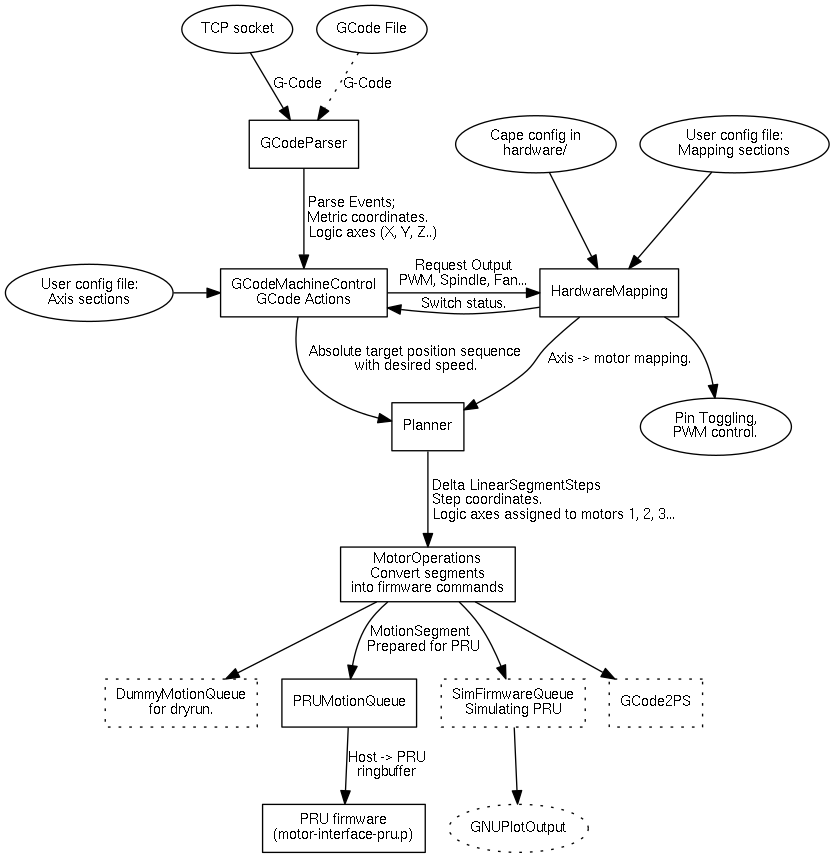
Above: img/machine-control.png in hzeller/beagleg (Graphviz), before the change. Its source is kept beside it as img/machine-control.dot.
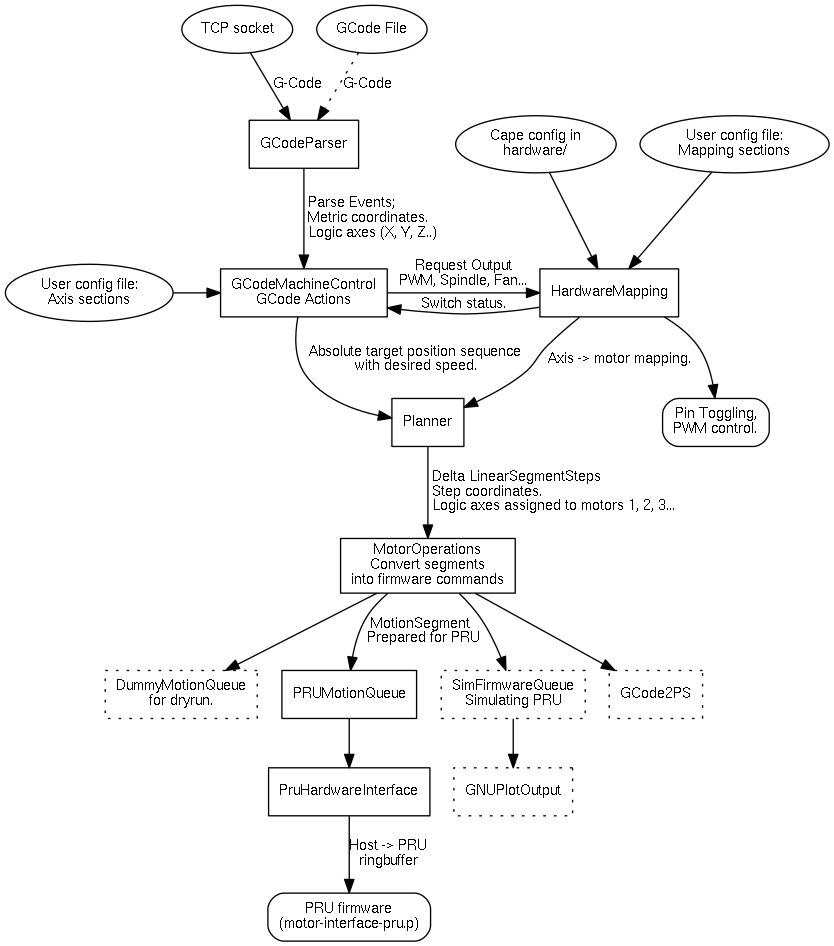
The same file after the commit.

Commit message:
o Update architecture graph to include PruHardwareInterface

What changed in the source:
```diff
@@ -18,7 +18,7 @@
 		PRUMotionQueue;
 		SimFirmwareQueue [label = "SimFirmwareQueue\nSimulating PRU", style=dotted];
 		GCode2PS [ style=dotted];
-		PRU [ label = "PRU firmware\n(motor-interface-pru.p)" ];
+		PruHardwareInterface;
 	}
 
 	{
@@ -27,8 +27,13 @@
 		CapeConfig [ label = "Cape config in\nhardware/"];
 		UserMapConfig [ label = "User config file:\nMapping sections"];
 		UserAxisConfig [ label = "User config file:\nAxis sections"];
-		GNUPlotOutput [ style = dotted ];
+	}
+
+	{
+		node [ shape=box, style=rounded ];
+		GNUPlotOutput [ style = "dotted" ];
 		PinToggeling [ label = "Pin Toggling,\nPWM control." ];
+		PRU [ label = "PRU firmware\n(motor-interface-pru.p)" ];
 	}
 
 	GCodeFile -> GCodeParser [ label="G-Code", style=dotted];
@@ -43,8 +48,8 @@
 		MotorOperations -> SimFirmwareQueue -> GNUPlotOutput;
 		MotorOperations -> DummyMotionQueue;
 		MotorOperations -> GCode2PS;
-
-		PRUMotionQueue -> PRU [ label = "Host -> PRU\lringbuffer"];
+		PRUMotionQueue -> PruHardwareInterface;
+		PruHardwareInterface -> PRU [ label = "Host -> PRU\lringbuffer"];
 	}
 
 	{
```
